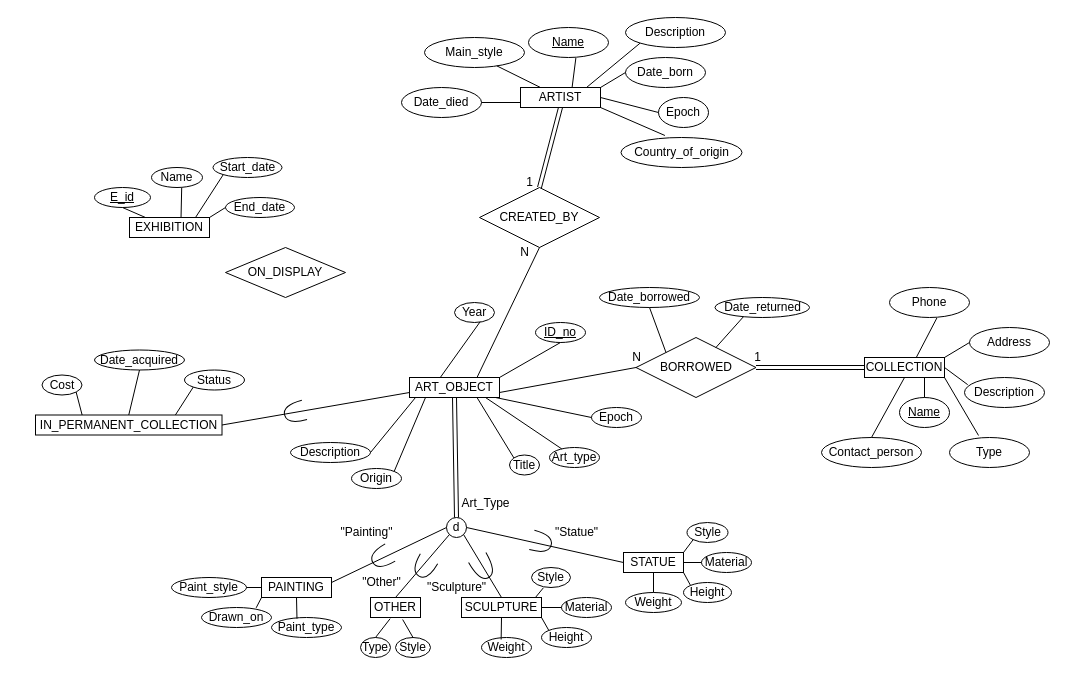
This is .github/Untitled Diagram.drawio from Maan-Khedr-ENSF-300/museum-project-chantae-katherine, a draw.io file, before an edit. Source tidied: cells renumbered, new cells numbered last; positions are measured from the earlier drawing's top-left corner, leaving out a move shared by most shapes. Both pictures are drawn from the tidied source at 100%, with x=0, y=0 at pixel (35, 17).
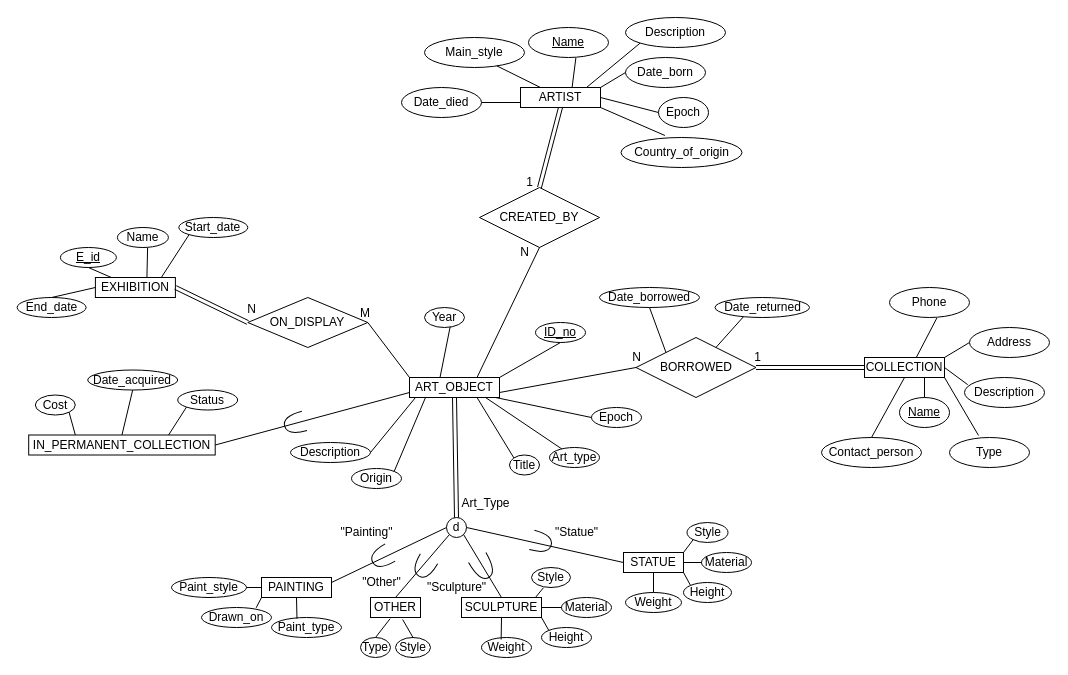
The same diagram, later.

Commit message:
Add ON_DISPLAY relationship

The change refers to these unchanged cells:
```xml
<mxCell id="2" value="ART_OBJECT" style="rounded=0;whiteSpace=wrap;html=1;" parent="1" vertex="1">
  <mxGeometry x="374" y="360" width="90" height="20" as="geometry" />
</mxCell>
```

Change to the diagram source:
```diff
@@
     <mxCell id="4" value="Year" style="ellipse;whiteSpace=wrap;html=1;align=center;" parent="1" vertex="1">
-      <mxGeometry x="419" y="285" width="40" height="20" as="geometry" />
+      <mxGeometry x="389" y="290" width="40" height="20" as="geometry" />
     </mxCell>
@@
     <mxCell id="56" value="EXHIBITION" style="rounded=0;whiteSpace=wrap;html=1;" parent="1" vertex="1">
-      <mxGeometry x="94" y="200" width="80" height="20" as="geometry" />
+      <mxGeometry x="59.9" y="260" width="80" height="20" as="geometry" />
     </mxCell>
     <mxCell id="57" value="Name" style="ellipse;whiteSpace=wrap;html=1;align=center;" parent="1" vertex="1">
-      <mxGeometry x="116" y="150" width="51" height="20" as="geometry" />
+      <mxGeometry x="81.9" y="210" width="51" height="20" as="geometry" />
     </mxCell>
     <mxCell id="58" value="End_date" style="ellipse;whiteSpace=wrap;html=1;align=center;" parent="1" vertex="1">
-      <mxGeometry x="190" y="180" width="69" height="20" as="geometry" />
+      <mxGeometry x="-18.4" y="280" width="69" height="20" as="geometry" />
     </mxCell>
@@
-    <mxCell id="60" style="endArrow=none;html=1;rounded=0;exitX=1;exitY=0;exitDx=0;exitDy=0;entryX=0;entryY=0.5;entryDx=0;entryDy=0;" parent="1" edge="1" source="56" target="58">
+    <mxCell id="60" style="endArrow=none;html=1;rounded=0;exitX=0;exitY=0.5;exitDx=0;exitDy=0;entryX=0.5;entryY=0;entryDx=0;entryDy=0;" parent="1" edge="1" source="56" target="58">
       <mxGeometry relative="1" as="geometry" />
     </mxCell>
     <mxCell id="61" value="Start_date" style="ellipse;whiteSpace=wrap;html=1;align=center;" parent="1" vertex="1">
-      <mxGeometry x="177.5" y="140" width="69" height="20" as="geometry" />
+      <mxGeometry x="143.3" y="200" width="69" height="20" as="geometry" />
     </mxCell>
     <mxCell id="62" style="endArrow=none;html=1;rounded=0;entryX=0;entryY=1;entryDx=0;entryDy=0;" parent="1" edge="1" target="61">
       <mxGeometry relative="1" as="geometry">
-        <mxPoint x="160" y="200" as="sourcePoint" />
+        <mxPoint x="125.8" y="260" as="sourcePoint" />
       </mxGeometry>
     </mxCell>
@@
     <mxCell id="78" value="IN_PERMANENT_COLLECTION" style="rounded=0;whiteSpace=wrap;html=1;" parent="1" vertex="1">
-      <mxGeometry y="397.5" width="186.5" height="20" as="geometry" />
+      <mxGeometry x="-6.8" y="417.5" width="186.5" height="20" as="geometry" />
     </mxCell>
     <mxCell id="79" value="Date_acquired" style="ellipse;whiteSpace=wrap;html=1;" parent="1" vertex="1">
-      <mxGeometry x="59" y="332.5" width="90" height="20" as="geometry" />
+      <mxGeometry x="52.2" y="352.5" width="90" height="20" as="geometry" />
     </mxCell>
     <mxCell id="80" value="Status" style="ellipse;whiteSpace=wrap;html=1;" parent="1" vertex="1">
-      <mxGeometry x="149" y="352.5" width="60" height="20" as="geometry" />
+      <mxGeometry x="142.2" y="372.5" width="60" height="20" as="geometry" />
     </mxCell>
     <mxCell id="81" value="Cost" style="ellipse;whiteSpace=wrap;html=1;" parent="1" vertex="1">
-      <mxGeometry x="6.5" y="357.5" width="40" height="20" as="geometry" />
+      <mxGeometry x="-0.2" y="377.5" width="40" height="20" as="geometry" />
     </mxCell>
@@
     <mxCell id="119" style="shape=requiredInterface;html=1;verticalLabelPosition=bottom;sketch=0;rotation=-195;" parent="1" vertex="1">
-      <mxGeometry x="248.8" y="385" width="20.5" height="20" as="geometry" />
+      <mxGeometry x="248.8" y="396" width="20.5" height="20" as="geometry" />
     </mxCell>
     <mxCell id="120" value="E_id" style="ellipse;whiteSpace=wrap;html=1;align=center;fontStyle=4;" parent="1" vertex="1">
-      <mxGeometry x="59" y="170" width="56" height="20" as="geometry" />
+      <mxGeometry x="24.9" y="230" width="56" height="20" as="geometry" />
     </mxCell>
     <mxCell id="121" style="endArrow=none;html=1;rounded=0;exitX=0.5;exitY=1;exitDx=0;exitDy=0;" parent="1" edge="1" source="120">
       <mxGeometry relative="1" as="geometry">
-        <mxPoint x="110" y="200" as="targetPoint" />
+        <mxPoint x="75.9" y="260" as="targetPoint" />
       </mxGeometry>
     </mxCell>
     <mxCell id="122" value="ON_DISPLAY" style="shape=rhombus;perimeter=rhombusPerimeter;whiteSpace=wrap;html=1;align=center;" parent="1" vertex="1">
-      <mxGeometry x="190" y="230" width="120" height="50" as="geometry" />
+      <mxGeometry x="212.3" y="280" width="120" height="50" as="geometry" />
     </mxCell>
+    <mxCell id="123" style="endArrow=none;html=1;rounded=0;exitX=1;exitY=0.5;exitDx=0;exitDy=0;entryX=0;entryY=0;entryDx=0;entryDy=0;" parent="1" edge="1" source="122" target="2">
+      <mxGeometry relative="1" as="geometry" />
+    </mxCell>
+    <mxCell id="124" style="shape=link;html=1;rounded=0;exitX=1;exitY=0.5;exitDx=0;exitDy=0;entryX=0;entryY=0.5;entryDx=0;entryDy=0;" parent="1" edge="1" source="56" target="122">
+      <mxGeometry relative="1" as="geometry" />
+    </mxCell>
+    <mxCell id="125" value="N" style="html=1;align=right;verticalAlign=bottom;" parent="124" vertex="1">
+      <mxGeometry x="1" relative="1" as="geometry">
+        <mxPoint x="9" y="-5" as="offset" />
+      </mxGeometry>
+    </mxCell>
+    <mxCell id="126" value="M" style="html=1;align=right;verticalAlign=bottom;" parent="1" vertex="1">
+      <mxGeometry x="220" y="305" as="geometry">
+        <mxPoint x="115" y="-1" as="offset" />
+      </mxGeometry>
+    </mxCell>
```
